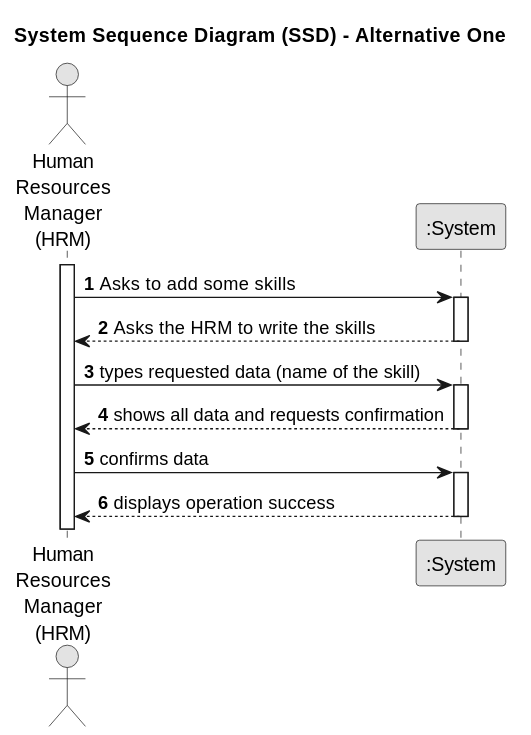
Earlier version of the PlantUML export docs/sprintB/us001/01.requirements-engineering/svg/us001-system-sequence-diagram-alternative-one.svg (diogoveirospro/lei-24-s2-1dg-g072).
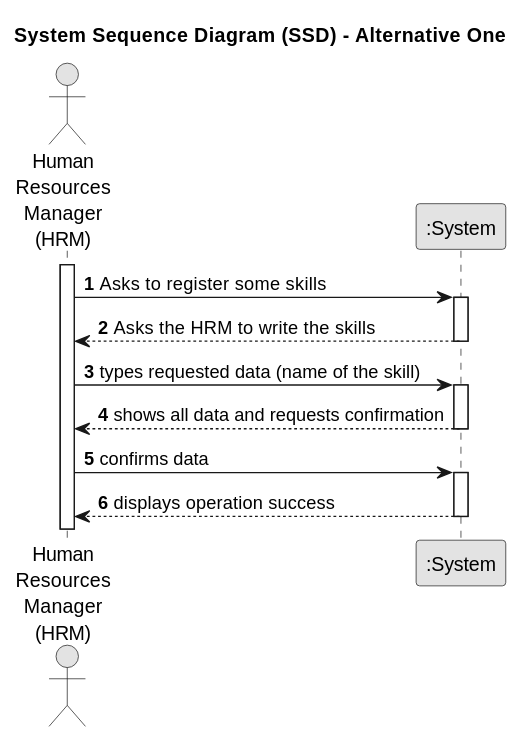
The same diagram one commit later.

Change to the diagram source:
```diff
@@ -12,7 +12,7 @@
 
 activate Employee
 
-    Employee -> System : Asks to add some skills
+    Employee -> System : Asks to register some skills
     activate System
 
         System --> Employee : Asks the HRM to write the skills
```
